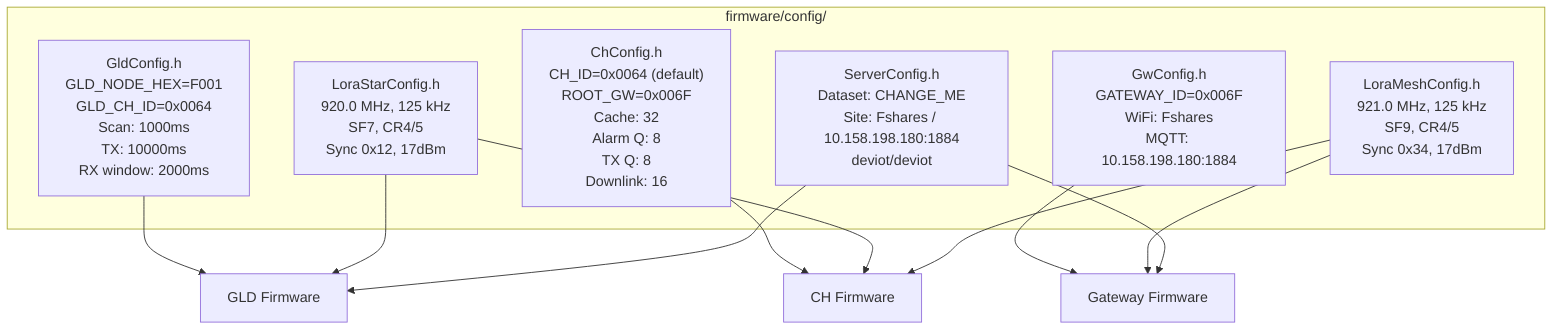
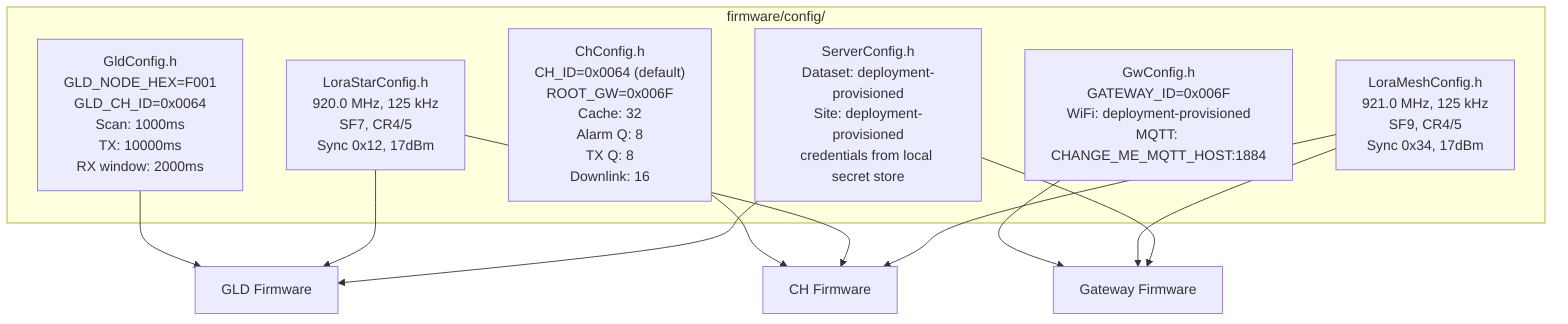
graph TB
    subgraph SHARED_CONFIG["firmware/config/"]
        GLD_CFG["GldConfig.h\nGLD_NODE_HEX=F001\nGLD_CH_ID=0x0064\nScan: 1000ms\nTX: 10000ms\nRX window: 2000ms"]
        CH_CFG["ChConfig.h\nCH_ID=0x0064 (default)\nROOT_GW=0x006F\nCache: 32\nAlarm Q: 8\nTX Q: 8\nDownlink: 16"]
-         GW_CFG["GwConfig.h\nGATEWAY_ID=0x006F\nWiFi: Fshares\nMQTT: 10.158.198.180:1884"]
+         GW_CFG["GwConfig.h\nGATEWAY_ID=0x006F\nWiFi: deployment-provisioned\nMQTT: CHANGE_ME_MQTT_HOST:1884"]
        STAR_CFG["LoraStarConfig.h\n920.0 MHz, 125 kHz\nSF7, CR4/5\nSync 0x12, 17dBm"]
        MESH_CFG["LoraMeshConfig.h\n921.0 MHz, 125 kHz\nSF9, CR4/5\nSync 0x34, 17dBm"]
-         SRV_CFG["ServerConfig.h\nDataset: CHANGE_ME\nSite: Fshares / 10.158.198.180:1884\ndeviot/deviot"]
+         SRV_CFG["ServerConfig.h\nDataset: deployment-provisioned\nSite: deployment-provisioned\ncredentials from local secret store"]
    end

    GLD_CFG --> GLD_NODE["GLD Firmware"]
    CH_CFG --> CH_NODE["CH Firmware"]
    GW_CFG --> GW_NODE["Gateway Firmware"]
    STAR_CFG --> GLD_NODE
    STAR_CFG --> CH_NODE
    MESH_CFG --> CH_NODE
    MESH_CFG --> GW_NODE
    SRV_CFG --> GLD_NODE
-     SRV_CFG --> GW_NODE+     SRV_CFG --> GW_NODE
